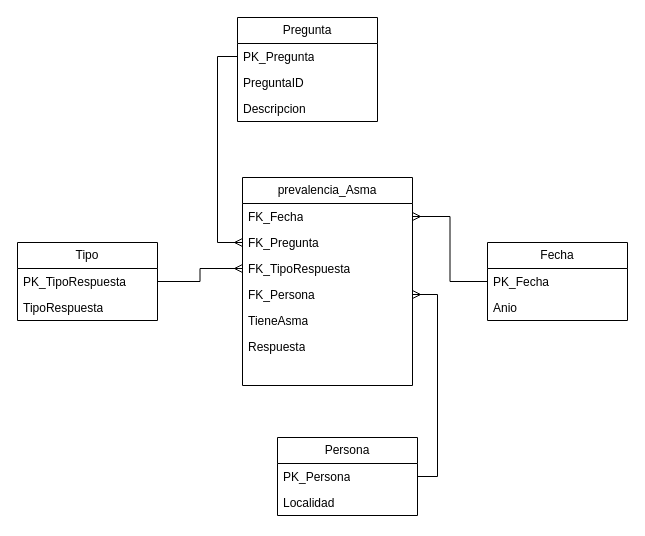
Above: modeloDim.drawio in JMarts32/proyecto2BI (draw.io), before the change. Source tidied: cells renumbered, new cells numbered last; positions are measured from the earlier drawing's top-left corner, leaving out a move shared by most shapes. Both pictures are drawn from the tidied source at 100%, with x=0, y=0 at pixel (17, 17).
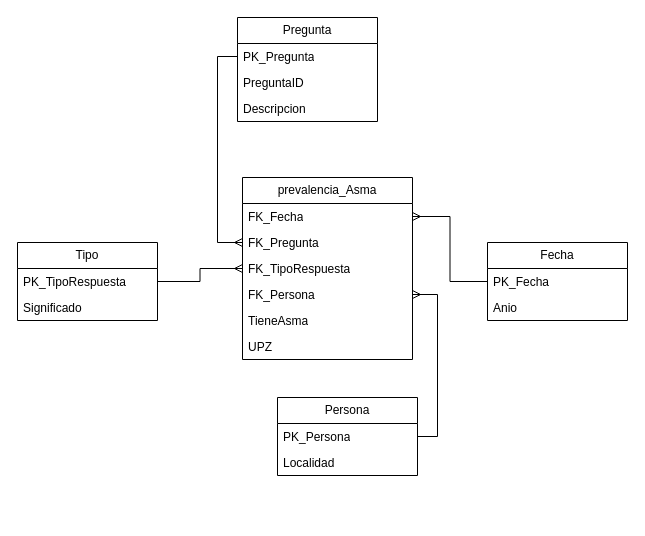
The same diagram, later.

The change refers to these unchanged cells:
```xml
<mxCell id="10" value="Tipo" style="swimlane;fontStyle=0;horizontal=1;startSize=26;fillColor=none;whiteSpace=wrap;html=1;" parent="1" vertex="1">
  <mxGeometry y="225" width="140" height="78" as="geometry" />
</mxCell>
```

The edit, as a diff of the source:
```diff
@@
     <mxCell id="2" value="prevalencia_Asma" style="swimlane;fontStyle=0;horizontal=1;startSize=26;fillColor=none;whiteSpace=wrap;html=1;" parent="1" vertex="1">
-      <mxGeometry x="225" y="160" width="170" height="208" as="geometry" />
+      <mxGeometry x="225" y="160" width="170" height="182" as="geometry" />
     </mxCell>
@@
-    <mxCell id="8" value="Respuesta" style="text;strokeColor=none;fillColor=none;align=left;verticalAlign=top;spacingLeft=4;spacingRight=4;overflow=hidden;whiteSpace=wrap;html=1;" parent="2" vertex="1">
+    <mxCell id="8" value="UPZ" style="text;strokeColor=none;fillColor=none;align=left;verticalAlign=top;spacingLeft=4;spacingRight=4;overflow=hidden;whiteSpace=wrap;html=1;" parent="2" vertex="1">
       <mxGeometry y="156" width="170" height="26" as="geometry" />
     </mxCell>
-    <mxCell id="9" style="text;strokeColor=none;fillColor=none;align=left;verticalAlign=top;spacingLeft=4;spacingRight=4;overflow=hidden;whiteSpace=wrap;html=1;" parent="2" vertex="1">
-      <mxGeometry y="182" width="170" height="26" as="geometry" />
-    </mxCell>
@@
-    <mxCell id="12" value="TipoRespuesta" style="text;strokeColor=none;fillColor=none;align=left;verticalAlign=top;spacingLeft=4;spacingRight=4;overflow=hidden;whiteSpace=wrap;html=1;" parent="10" vertex="1">
+    <mxCell id="12" value="Significado" style="text;strokeColor=none;fillColor=none;align=left;verticalAlign=top;spacingLeft=4;spacingRight=4;overflow=hidden;whiteSpace=wrap;html=1;" parent="10" vertex="1">
       <mxGeometry y="52" width="140" height="26" as="geometry" />
     </mxCell>
     <mxCell id="13" value="Persona" style="swimlane;fontStyle=0;horizontal=1;startSize=26;fillColor=none;whiteSpace=wrap;html=1;" parent="1" vertex="1">
-      <mxGeometry x="260" y="420" width="140" height="78" as="geometry" />
+      <mxGeometry x="260" y="380" width="140" height="78" as="geometry" />
     </mxCell>
```
